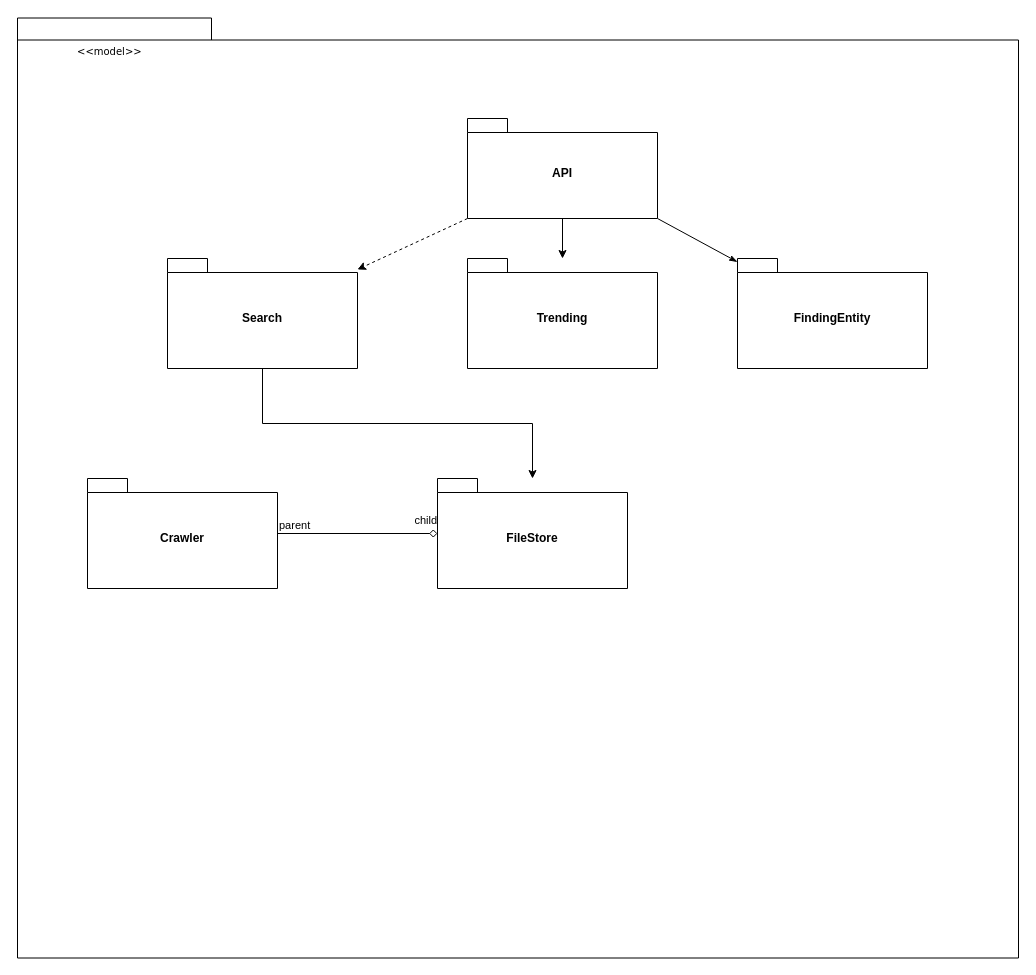
This is OOP_Project.drawio from HARKINGS/UML, a draw.io file, before an edit. Source tidied: cells renumbered, new cells numbered last; positions are measured from the earlier drawing's top-left corner, leaving out a move shared by most shapes. Both pictures are drawn from the tidied source at 100%, with x=0, y=0 at pixel (17, 18).
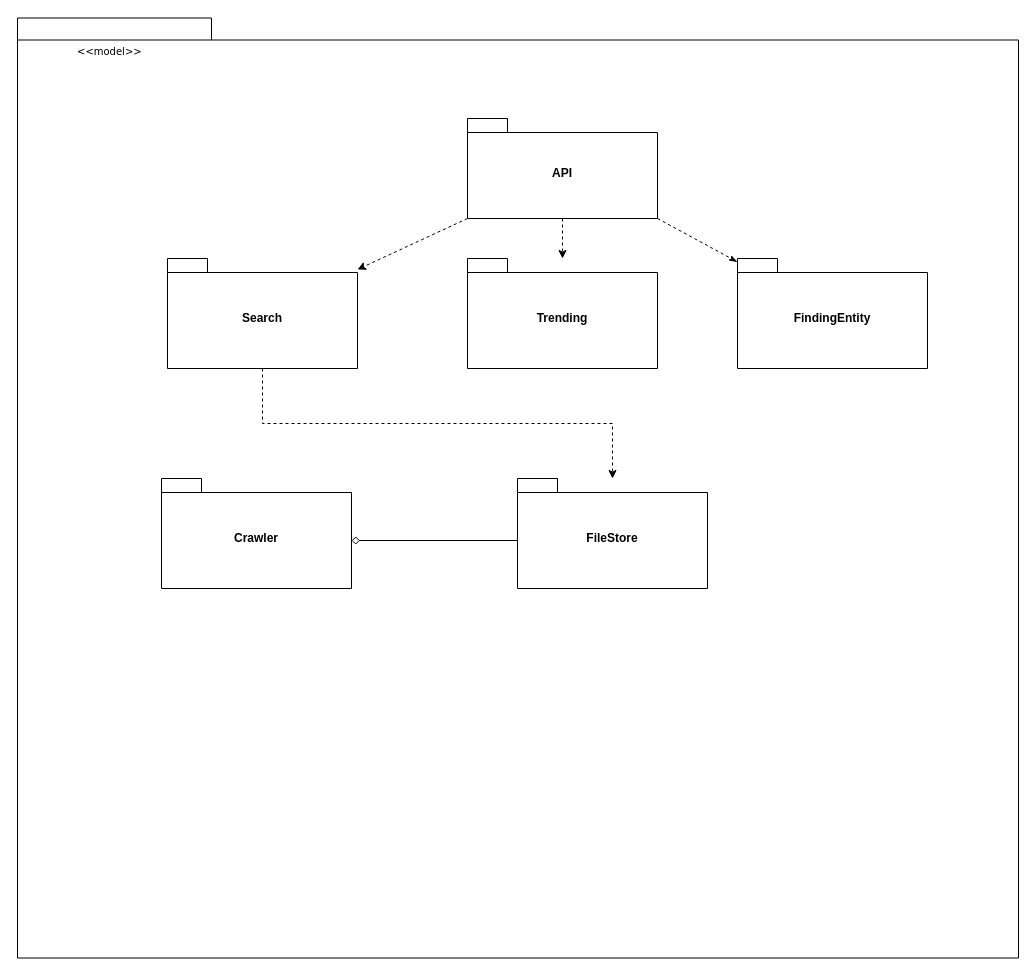
After the change.

Commit message (it also covers changes not shown here):
Cập nhật OOP_Project.drawio

The change refers to these unchanged cells:
```xml
<mxCell id="11" value="API" style="shape=folder;fontStyle=1;spacingTop=10;tabWidth=40;tabHeight=14;tabPosition=left;html=1;whiteSpace=wrap;" parent="1" vertex="1">
  <mxGeometry x="450" y="100" width="190" height="100" as="geometry" />
</mxCell>
<mxCell id="13" value="Search" style="shape=folder;fontStyle=1;spacingTop=10;tabWidth=40;tabHeight=14;tabPosition=left;html=1;whiteSpace=wrap;" parent="1" vertex="1">
  <mxGeometry x="150" y="240" width="190" height="110" as="geometry" />
</mxCell>
<mxCell id="16" value="Trending" style="shape=folder;fontStyle=1;spacingTop=10;tabWidth=40;tabHeight=14;tabPosition=left;html=1;whiteSpace=wrap;" parent="1" vertex="1">
  <mxGeometry x="450" y="240" width="190" height="110" as="geometry" />
</mxCell>
<mxCell id="17" value="FindingEntity" style="shape=folder;fontStyle=1;spacingTop=10;tabWidth=40;tabHeight=14;tabPosition=left;html=1;whiteSpace=wrap;" parent="1" vertex="1">
  <mxGeometry x="720" y="240" width="190" height="110" as="geometry" />
</mxCell>
```

The edit, as a diff of the source:
```diff
@@
-    <mxCell id="8" style="edgeStyle=orthogonalEdgeStyle;rounded=0;jettySize=auto;html=1;exitX=0.5;exitY=1;exitDx=0;exitDy=0;exitPerimeter=0;" parent="1" edge="1" source="11" target="16">
+    <mxCell id="8" style="edgeStyle=orthogonalEdgeStyle;rounded=0;jettySize=auto;html=1;exitX=0.5;exitY=1;exitDx=0;exitDy=0;exitPerimeter=0;dashed=1;" parent="1" edge="1" source="11" target="16">
       <mxGeometry relative="1" as="geometry" />
     </mxCell>
-    <mxCell id="9" style="rounded=0;jettySize=auto;html=1;exitX=0;exitY=0;exitDx=190;exitDy=100;exitPerimeter=0;endArrow=classicThin;endFill=1;" parent="1" edge="1" source="11" target="17">
+    <mxCell id="9" style="rounded=0;jettySize=auto;html=1;exitX=0;exitY=0;exitDx=190;exitDy=100;exitPerimeter=0;endArrow=classicThin;endFill=1;dashed=1;" parent="1" edge="1" source="11" target="17">
       <mxGeometry relative="1" as="geometry" />
     </mxCell>
@@
-    <mxCell id="12" style="edgeStyle=orthogonalEdgeStyle;rounded=0;jettySize=auto;html=1;exitX=0.5;exitY=1;exitDx=0;exitDy=0;exitPerimeter=0;" parent="1" edge="1" source="13" target="15">
+    <mxCell id="12" style="edgeStyle=orthogonalEdgeStyle;rounded=0;jettySize=auto;html=1;exitX=0.5;exitY=1;exitDx=0;exitDy=0;exitPerimeter=0;dashed=1;" parent="1" edge="1" source="13" target="15">
       <mxGeometry relative="1" as="geometry" />
     </mxCell>
@@
     <mxCell id="14" value="Crawler" style="shape=folder;fontStyle=1;spacingTop=10;tabWidth=40;tabHeight=14;tabPosition=left;html=1;whiteSpace=wrap;" parent="1" vertex="1">
-      <mxGeometry x="70" y="460" width="190" height="110" as="geometry" />
+      <mxGeometry x="144" y="460" width="190" height="110" as="geometry" />
     </mxCell>
     <mxCell id="15" value="FileStore" style="shape=folder;fontStyle=1;spacingTop=10;tabWidth=40;tabHeight=14;tabPosition=left;html=1;whiteSpace=wrap;" parent="1" vertex="1">
-      <mxGeometry x="420" y="460" width="190" height="110" as="geometry" />
+      <mxGeometry x="500" y="460" width="190" height="110" as="geometry" />
     </mxCell>
@@
-    <mxCell id="18" style="endArrow=diamond;html=1;rounded=0;exitX=1;exitY=0.5;exitDx=0;exitDy=0;exitPerimeter=0;endFill=0;" parent="1" edge="1" source="14" target="15">
-      <mxGeometry relative="1" as="geometry" />
-    </mxCell>
-    <mxCell id="19" value="parent" style="edgeLabel;html=1;align=left;verticalAlign=bottom;" parent="18" vertex="1">
-      <mxGeometry x="-1" relative="1" as="geometry" />
-    </mxCell>
-    <mxCell id="20" value="child" style="edgeLabel;html=1;align=right;verticalAlign=bottom;" parent="18" vertex="1">
-      <mxGeometry x="1" relative="1" as="geometry">
-        <mxPoint y="-5" as="offset" />
-      </mxGeometry>
-    </mxCell>
+    <mxCell id="21" style="rounded=0;jettySize=auto;html=1;exitX=0;exitY=0;exitDx=0;exitDy=62;exitPerimeter=0;entryX=0;entryY=0;entryDx=190;entryDy=62;entryPerimeter=0;endArrow=diamond;endFill=0;" parent="1" edge="1" source="15" target="14">
+      <mxGeometry relative="1" as="geometry" />
+    </mxCell>
```
